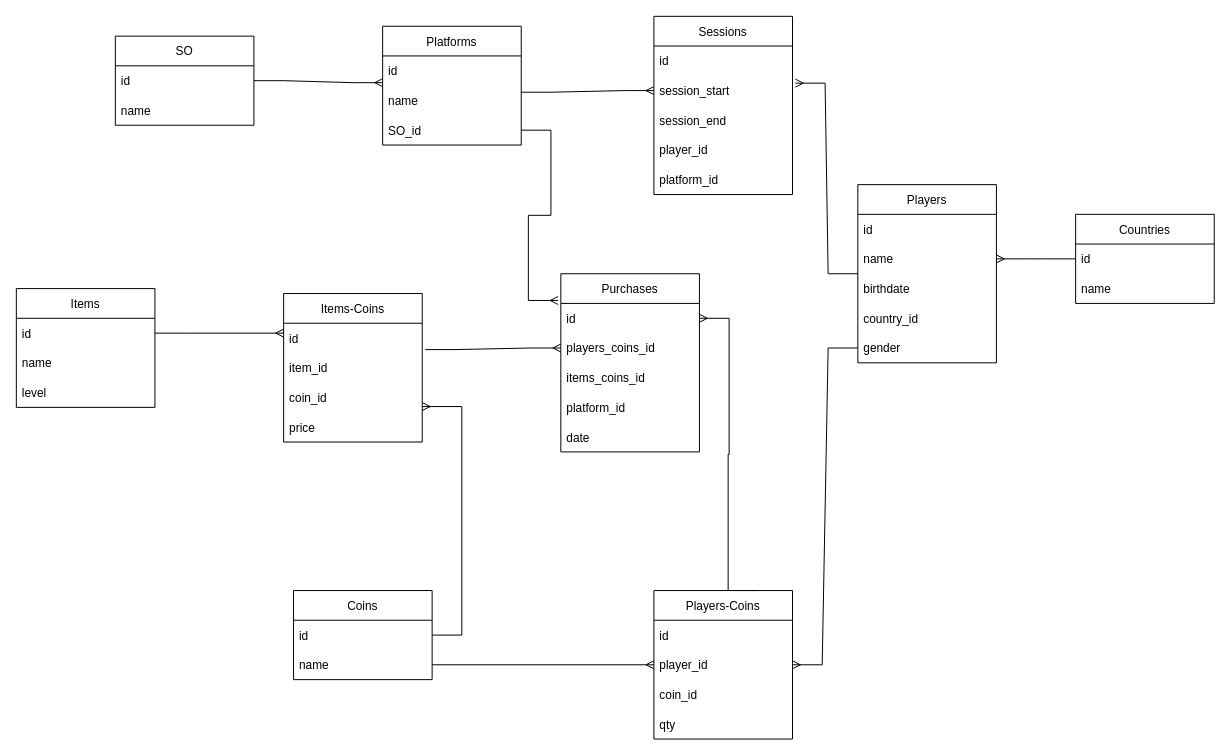
Earlier version of the draw.io diagram modelo oltp.drawio (MarUser04/Bases-II---UNET). Source tidied: cells renumbered, new cells numbered last; positions are measured from the earlier drawing's top-left corner, leaving out a move shared by most shapes. Both pictures are drawn from the tidied source at 99%, with x=0, y=0 at pixel (16, 16).
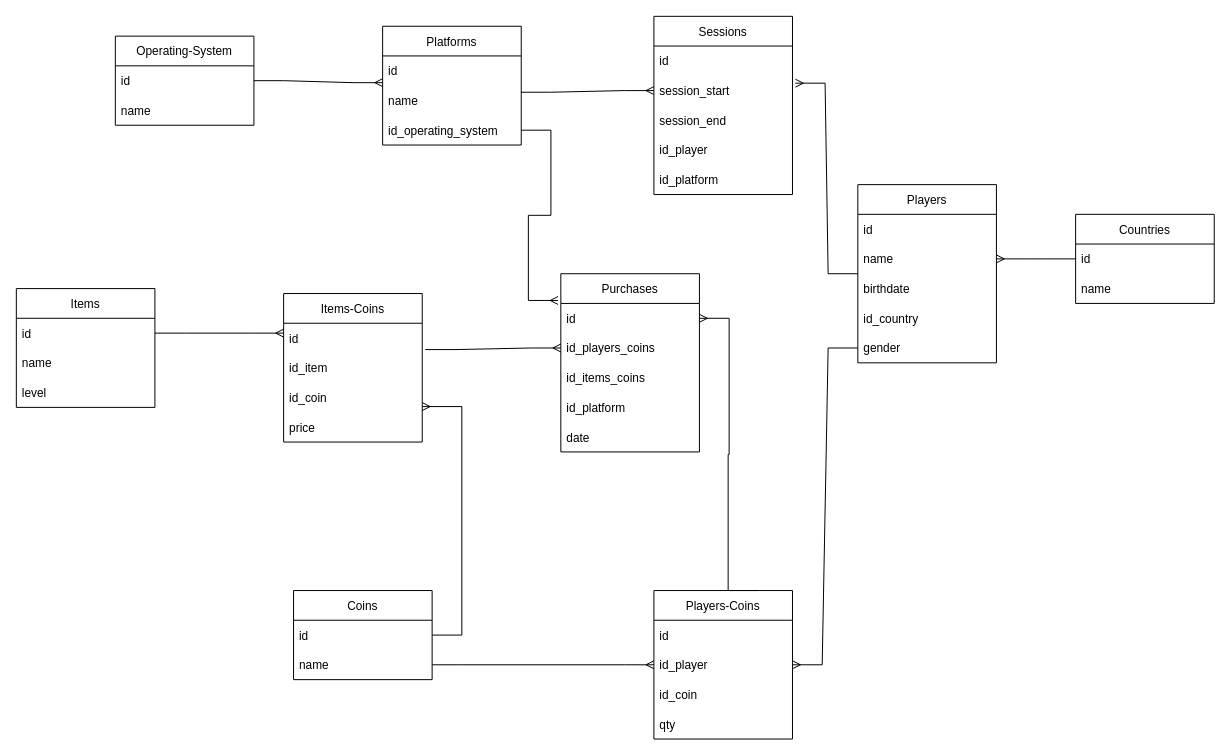
The same diagram, later.

The change refers to these unchanged cells:
```xml
<mxCell id="6" value="Players" style="swimlane;fontStyle=0;horizontal=1;startSize=30;" parent="1" vertex="1">
  <mxGeometry x="850" y="170" width="140" height="180" as="geometry" />
</mxCell>
<mxCell id="12" value="Purchases" style="swimlane;fontStyle=0;horizontal=1;startSize=30;" parent="1" vertex="1">
  <mxGeometry x="550" y="260" width="140" height="180" as="geometry" />
</mxCell>
<mxCell id="22" value="Items-Coins" style="swimlane;fontStyle=0;horizontal=1;startSize=30;" parent="1" vertex="1">
  <mxGeometry x="270" y="280" width="140" height="150" as="geometry" />
</mxCell>
<mxCell id="33" value="Players-Coins" style="swimlane;fontStyle=0;horizontal=1;startSize=30;" parent="1" vertex="1">
  <mxGeometry x="644" y="580" width="140" height="150" as="geometry" />
</mxCell>
<mxCell id="41" value="Platforms" style="swimlane;fontStyle=0;horizontal=1;startSize=30;" parent="1" vertex="1">
  <mxGeometry x="370" y="10" width="140" height="120" as="geometry" />
</mxCell>
<mxCell id="45" value="Sessions" style="swimlane;fontStyle=0;horizontal=1;startSize=30;" parent="1" vertex="1">
  <mxGeometry x="644" width="140" height="180" as="geometry" />
</mxCell>
```

Diff of the diagram source:
```diff
@@
-    <mxCell id="10" value="country_id" style="text;strokeColor=none;fillColor=none;align=left;verticalAlign=middle;spacingLeft=4;spacingRight=4;overflow=hidden;" parent="6" vertex="1">
+    <mxCell id="10" value="id_country" style="text;strokeColor=none;fillColor=none;align=left;verticalAlign=middle;spacingLeft=4;spacingRight=4;overflow=hidden;" parent="6" vertex="1">
       <mxGeometry y="120" width="140" height="30" as="geometry" />
     </mxCell>
@@
-    <mxCell id="14" value="players_coins_id" style="text;strokeColor=none;fillColor=none;align=left;verticalAlign=middle;spacingLeft=4;spacingRight=4;overflow=hidden;points=[[0,0.5],[1,0.5]];portConstraint=eastwest;" parent="12" vertex="1">
+    <mxCell id="14" value="id_players_coins" style="text;strokeColor=none;fillColor=none;align=left;verticalAlign=middle;spacingLeft=4;spacingRight=4;overflow=hidden;points=[[0,0.5],[1,0.5]];portConstraint=eastwest;" parent="12" vertex="1">
       <mxGeometry y="60" width="140" height="30" as="geometry" />
     </mxCell>
-    <mxCell id="15" value="items_coins_id" style="text;strokeColor=none;fillColor=none;align=left;verticalAlign=middle;spacingLeft=4;spacingRight=4;overflow=hidden;" parent="12" vertex="1">
+    <mxCell id="15" value="id_items_coins" style="text;strokeColor=none;fillColor=none;align=left;verticalAlign=middle;spacingLeft=4;spacingRight=4;overflow=hidden;" parent="12" vertex="1">
       <mxGeometry y="90" width="140" height="30" as="geometry" />
     </mxCell>
-    <mxCell id="16" value="platform_id" style="text;strokeColor=none;fillColor=none;align=left;verticalAlign=middle;spacingLeft=4;spacingRight=4;overflow=hidden;" parent="12" vertex="1">
+    <mxCell id="16" value="id_platform" style="text;strokeColor=none;fillColor=none;align=left;verticalAlign=middle;spacingLeft=4;spacingRight=4;overflow=hidden;" parent="12" vertex="1">
       <mxGeometry y="120" width="140" height="30" as="geometry" />
     </mxCell>
@@
-    <mxCell id="24" value="item_id" style="text;strokeColor=none;fillColor=none;align=left;verticalAlign=middle;spacingLeft=4;spacingRight=4;overflow=hidden;points=[[0,0.5],[1,0.5]];portConstraint=eastwest;" parent="22" vertex="1">
+    <mxCell id="24" value="id_item" style="text;strokeColor=none;fillColor=none;align=left;verticalAlign=middle;spacingLeft=4;spacingRight=4;overflow=hidden;points=[[0,0.5],[1,0.5]];portConstraint=eastwest;" parent="22" vertex="1">
       <mxGeometry y="60" width="140" height="30" as="geometry" />
     </mxCell>
-    <mxCell id="25" value="coin_id" style="text;strokeColor=none;fillColor=none;align=left;verticalAlign=middle;spacingLeft=4;spacingRight=4;overflow=hidden;points=[[0,0.5],[1,0.5]];portConstraint=eastwest;" parent="22" vertex="1">
+    <mxCell id="25" value="id_coin" style="text;strokeColor=none;fillColor=none;align=left;verticalAlign=middle;spacingLeft=4;spacingRight=4;overflow=hidden;points=[[0,0.5],[1,0.5]];portConstraint=eastwest;" parent="22" vertex="1">
       <mxGeometry y="90" width="140" height="30" as="geometry" />
     </mxCell>
@@
-    <mxCell id="35" value="player_id" style="text;strokeColor=none;fillColor=none;align=left;verticalAlign=middle;spacingLeft=4;spacingRight=4;overflow=hidden;points=[[0,0.5],[1,0.5]];portConstraint=eastwest;" parent="33" vertex="1">
+    <mxCell id="35" value="id_player" style="text;strokeColor=none;fillColor=none;align=left;verticalAlign=middle;spacingLeft=4;spacingRight=4;overflow=hidden;points=[[0,0.5],[1,0.5]];portConstraint=eastwest;" parent="33" vertex="1">
       <mxGeometry y="60" width="140" height="30" as="geometry" />
     </mxCell>
-    <mxCell id="36" value="coin_id" style="text;strokeColor=none;fillColor=none;align=left;verticalAlign=middle;spacingLeft=4;spacingRight=4;overflow=hidden;" parent="33" vertex="1">
+    <mxCell id="36" value="id_coin" style="text;strokeColor=none;fillColor=none;align=left;verticalAlign=middle;spacingLeft=4;spacingRight=4;overflow=hidden;" parent="33" vertex="1">
       <mxGeometry y="90" width="140" height="30" as="geometry" />
     </mxCell>
@@
-    <mxCell id="44" value="SO_id" style="text;strokeColor=none;fillColor=none;align=left;verticalAlign=middle;spacingLeft=4;spacingRight=4;overflow=hidden;" parent="41" vertex="1">
+    <mxCell id="44" value="id_operating_system" style="text;strokeColor=none;fillColor=none;align=left;verticalAlign=middle;spacingLeft=4;spacingRight=4;overflow=hidden;" parent="41" vertex="1">
       <mxGeometry y="90" width="140" height="30" as="geometry" />
     </mxCell>
@@
-    <mxCell id="49" value="player_id" style="text;strokeColor=none;fillColor=none;align=left;verticalAlign=middle;spacingLeft=4;spacingRight=4;overflow=hidden;" parent="45" vertex="1">
+    <mxCell id="49" value="id_player" style="text;strokeColor=none;fillColor=none;align=left;verticalAlign=middle;spacingLeft=4;spacingRight=4;overflow=hidden;" parent="45" vertex="1">
       <mxGeometry y="120" width="140" height="30" as="geometry" />
     </mxCell>
-    <mxCell id="50" value="platform_id" style="text;strokeColor=none;fillColor=none;align=left;verticalAlign=middle;spacingLeft=4;spacingRight=4;overflow=hidden;" parent="45" vertex="1">
+    <mxCell id="50" value="id_platform" style="text;strokeColor=none;fillColor=none;align=left;verticalAlign=middle;spacingLeft=4;spacingRight=4;overflow=hidden;" parent="45" vertex="1">
       <mxGeometry y="150" width="140" height="30" as="geometry" />
     </mxCell>
@@
-    <mxCell id="54" value="SO" style="swimlane;fontStyle=0;horizontal=1;startSize=30;" parent="1" vertex="1">
+    <mxCell id="54" value="Operating-System" style="swimlane;fontStyle=0;horizontal=1;startSize=30;" parent="1" vertex="1">
       <mxGeometry x="100" y="20" width="140" height="90" as="geometry" />
     </mxCell>
```
